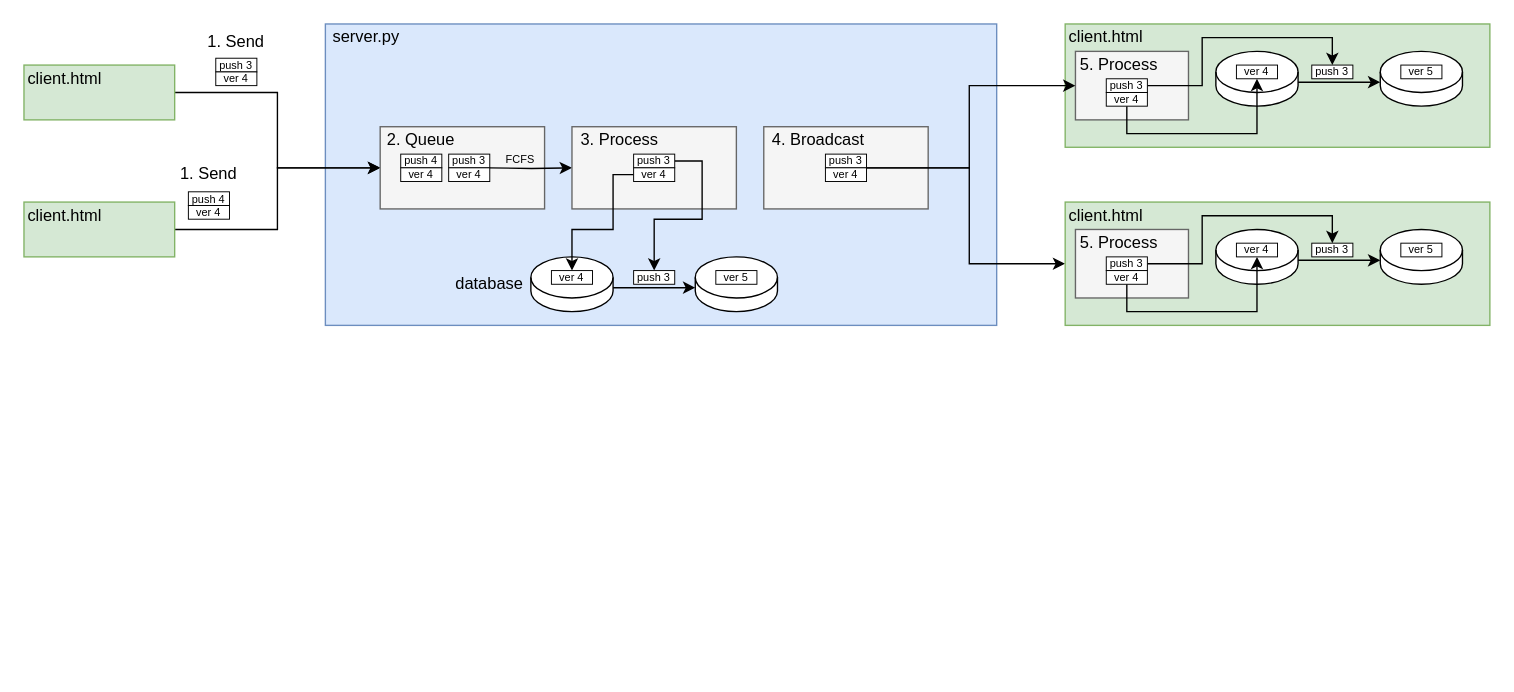
Before: Drafts/flask.drawio in xrysamuel/my-drawio, a draw.io diagram. Source tidied: cells renumbered, new cells numbered last; positions are measured from the earlier drawing's top-left corner, leaving out a move shared by most shapes. Both pictures are drawn from the tidied source at 137%, with x=0, y=0 at pixel (23, 23).
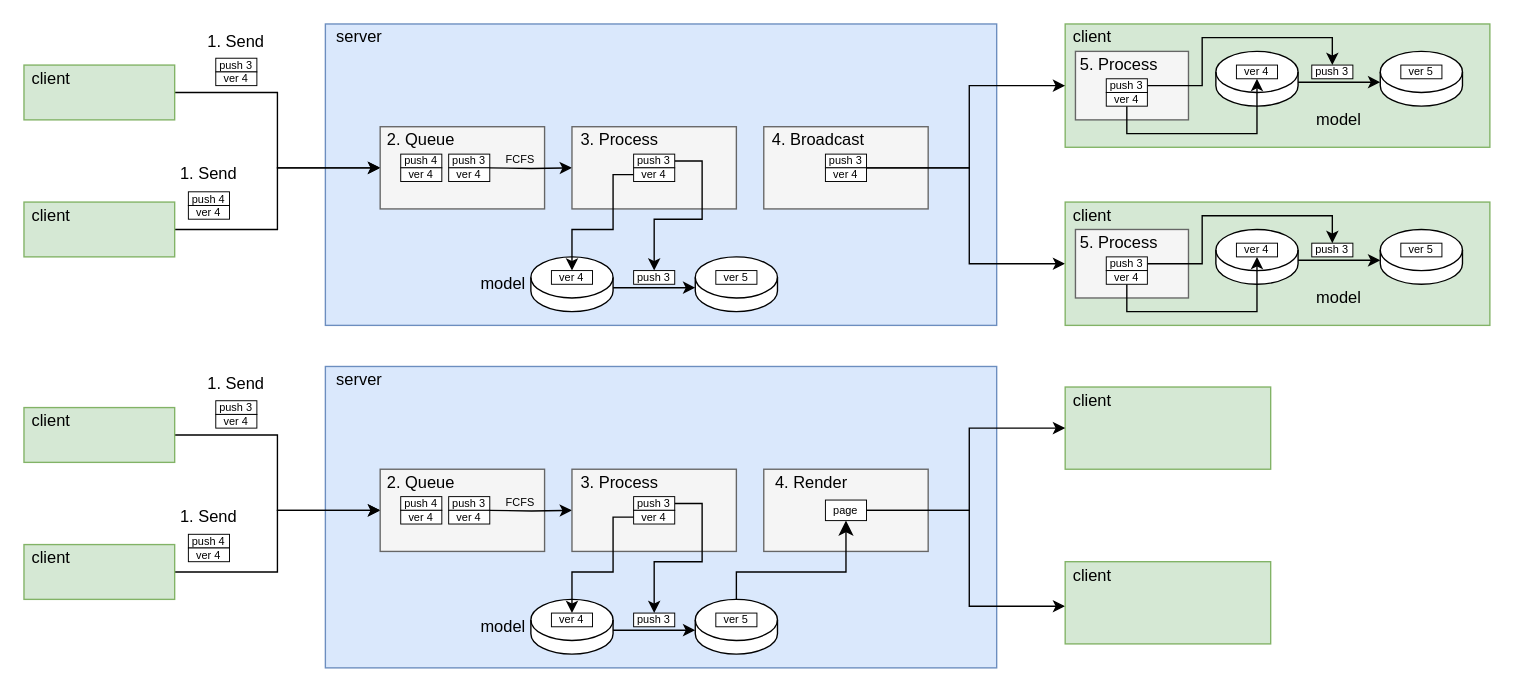
After the change.

Unchanged cells that the change refers to:
```xml
<mxCell id="26" style="rounded=0;whiteSpace=wrap;html=1;fillColor=#f5f5f5;fontColor=#333333;strokeColor=#666666;" parent="1" vertex="1">
  <mxGeometry x="767.5" y="20" width="82.5" height="50" as="geometry" />
</mxCell>
<mxCell id="49" value="ver 4" style="rounded=0;whiteSpace=wrap;html=1;fontSize=8;strokeWidth=0.7;" parent="1" vertex="1">
  <mxGeometry x="585" y="105" width="30" height="10" as="geometry" />
</mxCell>
```

The edit, as a diff of the source:
```diff
@@
-    <mxCell id="3" value="server.py" style="text;html=1;align=center;verticalAlign=middle;whiteSpace=wrap;rounded=0;" parent="1" vertex="1">
-      <mxGeometry x="220" width="60" height="20" as="geometry" />
+    <mxCell id="3" value="server" style="text;html=1;align=center;verticalAlign=middle;whiteSpace=wrap;rounded=0;" parent="1" vertex="1">
+      <mxGeometry x="220" width="50" height="20" as="geometry" />
     </mxCell>
@@
-    <mxCell id="6" value="client.html" style="text;html=1;align=center;verticalAlign=middle;whiteSpace=wrap;rounded=0;" parent="1" vertex="1">
-      <mxGeometry y="30" width="60" height="20" as="geometry" />
+    <mxCell id="6" value="client" style="text;html=1;align=center;verticalAlign=middle;whiteSpace=wrap;rounded=0;" parent="1" vertex="1">
+      <mxGeometry y="30" width="40" height="20" as="geometry" />
     </mxCell>
@@
-    <mxCell id="9" value="client.html" style="text;html=1;align=center;verticalAlign=middle;whiteSpace=wrap;rounded=0;" parent="1" vertex="1">
-      <mxGeometry y="130" width="60" height="20" as="geometry" />
-    </mxCell>
@@
-    <mxCell id="19" value="database" style="text;html=1;align=center;verticalAlign=middle;whiteSpace=wrap;rounded=0;" parent="1" vertex="1">
-      <mxGeometry x="310" y="180" width="60" height="20" as="geometry" />
+    <mxCell id="19" value="model" style="text;html=1;align=center;verticalAlign=middle;whiteSpace=wrap;rounded=0;" parent="1" vertex="1">
+      <mxGeometry x="320" y="180" width="60" height="20" as="geometry" />
     </mxCell>
@@
-    <mxCell id="27" value="client.html" style="text;html=1;align=center;verticalAlign=middle;whiteSpace=wrap;rounded=0;" parent="1" vertex="1">
-      <mxGeometry x="760" width="60" height="20" as="geometry" />
-    </mxCell>
@@
-    <mxCell id="47" style="edgeStyle=orthogonalEdgeStyle;rounded=0;jettySize=auto;html=1;exitX=1;exitY=0;exitDx=0;exitDy=0;entryX=0;entryY=0.5;entryDx=0;entryDy=0;" parent="1" edge="1" source="49" target="26">
+    <mxCell id="47" style="edgeStyle=orthogonalEdgeStyle;rounded=0;jettySize=auto;html=1;exitX=1;exitY=0;exitDx=0;exitDy=0;" parent="1" edge="1" source="49">
       <mxGeometry relative="1" as="geometry">
+        <mxPoint x="760" y="45" as="targetPoint" />
         <Array as="points">
           <mxPoint x="690" y="105" />
           <mxPoint x="690" y="45" />
         </Array>
       </mxGeometry>
     </mxCell>
@@
-    <mxCell id="59" value="client.html" style="text;html=1;align=center;verticalAlign=middle;whiteSpace=wrap;rounded=0;" parent="1" vertex="1">
-      <mxGeometry x="760" y="130" width="60" height="20" as="geometry" />
-    </mxCell>
@@
+    <mxCell id="71" value="client" style="text;html=1;align=center;verticalAlign=middle;whiteSpace=wrap;rounded=0;" parent="1" vertex="1">
+      <mxGeometry y="130" width="40" height="20" as="geometry" />
+    </mxCell>
+    <mxCell id="72" value="client" style="text;html=1;align=center;verticalAlign=middle;whiteSpace=wrap;rounded=0;" parent="1" vertex="1">
+      <mxGeometry x="760" width="40" height="20" as="geometry" />
+    </mxCell>
+    <mxCell id="73" value="client" style="text;html=1;align=center;verticalAlign=middle;whiteSpace=wrap;rounded=0;" parent="1" vertex="1">
+      <mxGeometry x="760" y="130" width="40" height="20" as="geometry" />
+    </mxCell>
+    <mxCell id="74" value="model" style="text;html=1;align=center;verticalAlign=middle;whiteSpace=wrap;rounded=0;" parent="1" vertex="1">
+      <mxGeometry x="930" y="60" width="60" height="20" as="geometry" />
+    </mxCell>
+    <mxCell id="75" value="model" style="text;html=1;align=center;verticalAlign=middle;whiteSpace=wrap;rounded=0;" parent="1" vertex="1">
+      <mxGeometry x="930" y="190" width="60" height="20" as="geometry" />
+    </mxCell>
+    <mxCell id="76" style="rounded=0;whiteSpace=wrap;html=1;fillColor=#dae8fc;strokeColor=#6c8ebf;" parent="1" vertex="1">
+      <mxGeometry x="220" y="250" width="490" height="220" as="geometry" />
+    </mxCell>
+    <mxCell id="77" value="server" style="text;html=1;align=center;verticalAlign=middle;whiteSpace=wrap;rounded=0;" parent="1" vertex="1">
+      <mxGeometry x="220" y="250" width="50" height="20" as="geometry" />
+    </mxCell>
+    <mxCell id="78" style="edgeStyle=orthogonalEdgeStyle;rounded=0;jettySize=auto;html=1;exitX=1;exitY=0.5;exitDx=0;exitDy=0;entryX=0;entryY=0.5;entryDx=0;entryDy=0;" parent="1" edge="1" source="79" target="83">
+      <mxGeometry relative="1" as="geometry" />
+    </mxCell>
+    <mxCell id="79" style="rounded=0;whiteSpace=wrap;html=1;fillColor=#d5e8d4;strokeColor=#82b366;" parent="1" vertex="1">
+      <mxGeometry y="280" width="110" height="40" as="geometry" />
+    </mxCell>
+    <mxCell id="80" value="client" style="text;html=1;align=center;verticalAlign=middle;whiteSpace=wrap;rounded=0;" parent="1" vertex="1">
+      <mxGeometry y="280" width="40" height="20" as="geometry" />
+    </mxCell>
+    <mxCell id="81" style="edgeStyle=orthogonalEdgeStyle;rounded=0;jettySize=auto;html=1;exitX=1;exitY=0.5;exitDx=0;exitDy=0;entryX=0;entryY=0.5;entryDx=0;entryDy=0;" parent="1" edge="1" source="82" target="83">
+      <mxGeometry relative="1" as="geometry" />
+    </mxCell>
+    <mxCell id="82" style="rounded=0;whiteSpace=wrap;html=1;fillColor=#d5e8d4;strokeColor=#82b366;" parent="1" vertex="1">
+      <mxGeometry y="380" width="110" height="40" as="geometry" />
+    </mxCell>
+    <mxCell id="83" style="rounded=0;whiteSpace=wrap;html=1;fillColor=#f5f5f5;fontColor=#333333;strokeColor=#666666;" parent="1" vertex="1">
+      <mxGeometry x="260" y="325" width="120" height="60" as="geometry" />
+    </mxCell>
+    <mxCell id="84" value="2. Queue" style="text;html=1;align=center;verticalAlign=middle;whiteSpace=wrap;rounded=0;" parent="1" vertex="1">
+      <mxGeometry x="260" y="325" width="60" height="20" as="geometry" />
+    </mxCell>
+    <mxCell id="85" value="push 4" style="rounded=0;whiteSpace=wrap;html=1;fontSize=8;strokeWidth=0.7;" parent="1" vertex="1">
+      <mxGeometry x="120" y="372.5" width="30" height="10" as="geometry" />
+    </mxCell>
+    <mxCell id="86" value="1. Send" style="text;html=1;align=center;verticalAlign=middle;whiteSpace=wrap;rounded=0;" parent="1" vertex="1">
+      <mxGeometry x="125" y="250" width="60" height="25" as="geometry" />
+    </mxCell>
+    <mxCell id="87" value="1. Send" style="text;html=1;align=center;verticalAlign=middle;whiteSpace=wrap;rounded=0;" parent="1" vertex="1">
+      <mxGeometry x="105" y="347.5" width="60" height="25" as="geometry" />
+    </mxCell>
+    <mxCell id="88" style="edgeStyle=orthogonalEdgeStyle;rounded=0;jettySize=auto;html=1;exitX=1;exitY=0.5;exitDx=0;exitDy=0;" parent="1" edge="1" target="89">
+      <mxGeometry relative="1" as="geometry">
+        <mxPoint x="340" y="355" as="sourcePoint" />
+      </mxGeometry>
+    </mxCell>
+    <mxCell id="89" style="rounded=0;whiteSpace=wrap;html=1;fillColor=#f5f5f5;fontColor=#333333;strokeColor=#666666;" parent="1" vertex="1">
+      <mxGeometry x="400" y="325" width="120" height="60" as="geometry" />
+    </mxCell>
+    <mxCell id="90" value="3. Process" style="text;html=1;align=center;verticalAlign=middle;whiteSpace=wrap;rounded=0;" parent="1" vertex="1">
+      <mxGeometry x="400" y="325" width="70" height="20" as="geometry" />
+    </mxCell>
+    <mxCell id="91" style="shape=cylinder3;whiteSpace=wrap;html=1;boundedLbl=1;backgroundOutline=1;size=15;" parent="1" vertex="1">
+      <mxGeometry x="370" y="420" width="60" height="40" as="geometry" />
+    </mxCell>
+    <mxCell id="92" value="model" style="text;html=1;align=center;verticalAlign=middle;whiteSpace=wrap;rounded=0;" parent="1" vertex="1">
+      <mxGeometry x="320" y="430" width="60" height="20" as="geometry" />
+    </mxCell>
+    <mxCell id="93" style="rounded=0;whiteSpace=wrap;html=1;fillColor=#f5f5f5;fontColor=#333333;strokeColor=#666666;" parent="1" vertex="1">
+      <mxGeometry x="540" y="325" width="120" height="60" as="geometry" />
+    </mxCell>
+    <mxCell id="94" value="4. Render" style="text;html=1;align=center;verticalAlign=middle;whiteSpace=wrap;rounded=0;" parent="1" vertex="1">
+      <mxGeometry x="540" y="325" width="70" height="20" as="geometry" />
+    </mxCell>
+    <mxCell id="95" style="edgeStyle=orthogonalEdgeStyle;rounded=0;jettySize=auto;html=1;exitX=0.5;exitY=0;exitDx=0;exitDy=0;exitPerimeter=0;entryX=0.5;entryY=1;entryDx=0;entryDy=0;fontSize=12;startSize=8;endSize=8;" parent="1" edge="1" source="96" target="114">
+      <mxGeometry relative="1" as="geometry">
+        <Array as="points">
+          <mxPoint x="520" y="400" />
+          <mxPoint x="600" y="400" />
+        </Array>
+      </mxGeometry>
+    </mxCell>
+    <mxCell id="96" style="shape=cylinder3;whiteSpace=wrap;html=1;boundedLbl=1;backgroundOutline=1;size=15;" parent="1" vertex="1">
+      <mxGeometry x="490" y="420" width="60" height="40" as="geometry" />
+    </mxCell>
+    <mxCell id="97" style="edgeStyle=orthogonalEdgeStyle;rounded=0;jettySize=auto;html=1;exitX=1;exitY=0;exitDx=0;exitDy=22.5;exitPerimeter=0;entryX=0;entryY=0;entryDx=0;entryDy=22.5;entryPerimeter=0;" parent="1" edge="1" source="91" target="96">
+      <mxGeometry relative="1" as="geometry" />
+    </mxCell>
+    <mxCell id="98" value="&lt;font style=&quot;font-size: 8px;&quot;&gt;FCFS&lt;/font&gt;" style="text;html=1;align=center;verticalAlign=middle;whiteSpace=wrap;rounded=0;" parent="1" vertex="1">
+      <mxGeometry x="335" y="341.5" width="55" height="12.5" as="geometry" />
+    </mxCell>
+    <mxCell id="99" style="rounded=0;whiteSpace=wrap;html=1;fillColor=#d5e8d4;strokeColor=#82b366;" parent="1" vertex="1">
+      <mxGeometry x="760" y="265" width="150" height="60" as="geometry" />
+    </mxCell>
+    <mxCell id="100" value="ver 4" style="rounded=0;whiteSpace=wrap;html=1;fontSize=8;strokeWidth=0.7;" parent="1" vertex="1">
+      <mxGeometry x="120" y="382.5" width="30" height="10" as="geometry" />
+    </mxCell>
+    <mxCell id="101" value="push 3" style="rounded=0;whiteSpace=wrap;html=1;fontSize=8;strokeWidth=0.7;" parent="1" vertex="1">
+      <mxGeometry x="140" y="275" width="30" height="10" as="geometry" />
+    </mxCell>
+    <mxCell id="102" value="ver 4" style="rounded=0;whiteSpace=wrap;html=1;fontSize=8;strokeWidth=0.7;" parent="1" vertex="1">
+      <mxGeometry x="140" y="285" width="30" height="10" as="geometry" />
+    </mxCell>
+    <mxCell id="103" value="push 3" style="rounded=0;whiteSpace=wrap;html=1;fontSize=8;strokeWidth=0.7;" parent="1" vertex="1">
+      <mxGeometry x="310" y="345" width="30" height="10" as="geometry" />
+    </mxCell>
+    <mxCell id="104" value="ver 4" style="rounded=0;whiteSpace=wrap;html=1;fontSize=8;strokeWidth=0.7;" parent="1" vertex="1">
+      <mxGeometry x="310" y="355" width="30" height="10" as="geometry" />
+    </mxCell>
+    <mxCell id="105" value="push 4" style="rounded=0;whiteSpace=wrap;html=1;fontSize=8;strokeWidth=0.7;" parent="1" vertex="1">
+      <mxGeometry x="275" y="345" width="30" height="10" as="geometry" />
+    </mxCell>
+    <mxCell id="106" value="ver 4" style="rounded=0;whiteSpace=wrap;html=1;fontSize=8;strokeWidth=0.7;" parent="1" vertex="1">
+      <mxGeometry x="275" y="355" width="30" height="10" as="geometry" />
+    </mxCell>
+    <mxCell id="107" style="edgeStyle=orthogonalEdgeStyle;rounded=0;jettySize=auto;html=1;exitX=1;exitY=0.5;exitDx=0;exitDy=0;entryX=0.5;entryY=0;entryDx=0;entryDy=0;" parent="1" edge="1" source="108" target="113">
+      <mxGeometry relative="1" as="geometry" />
+    </mxCell>
+    <mxCell id="108" value="push 3" style="rounded=0;whiteSpace=wrap;html=1;fontSize=8;strokeWidth=0.7;" parent="1" vertex="1">
+      <mxGeometry x="445" y="345" width="30" height="10" as="geometry" />
+    </mxCell>
+    <mxCell id="109" style="edgeStyle=orthogonalEdgeStyle;rounded=0;jettySize=auto;html=1;exitX=0;exitY=0.5;exitDx=0;exitDy=0;entryX=0.5;entryY=0;entryDx=0;entryDy=0;" parent="1" edge="1" source="110" target="111">
+      <mxGeometry relative="1" as="geometry">
+        <Array as="points">
+          <mxPoint x="430" y="360" />
+          <mxPoint x="430" y="400" />
+          <mxPoint x="400" y="400" />
+        </Array>
+      </mxGeometry>
+    </mxCell>
+    <mxCell id="110" value="ver 4" style="rounded=0;whiteSpace=wrap;html=1;fontSize=8;strokeWidth=0.7;" parent="1" vertex="1">
+      <mxGeometry x="445" y="355" width="30" height="10" as="geometry" />
+    </mxCell>
+    <mxCell id="111" value="ver 4" style="rounded=0;whiteSpace=wrap;html=1;fontSize=8;strokeWidth=0.7;" parent="1" vertex="1">
+      <mxGeometry x="385" y="430" width="30" height="10" as="geometry" />
+    </mxCell>
+    <mxCell id="112" value="ver 5" style="rounded=0;whiteSpace=wrap;html=1;fontSize=8;strokeWidth=0.7;" parent="1" vertex="1">
+      <mxGeometry x="505" y="430" width="30" height="10" as="geometry" />
+    </mxCell>
+    <mxCell id="113" value="push 3" style="rounded=0;whiteSpace=wrap;html=1;fontSize=8;strokeWidth=0.7;" parent="1" vertex="1">
+      <mxGeometry x="445" y="430" width="30" height="10" as="geometry" />
+    </mxCell>
+    <mxCell id="114" value="page" style="rounded=0;whiteSpace=wrap;html=1;fontSize=8;strokeWidth=0.7;" parent="1" vertex="1">
+      <mxGeometry x="585" y="347.5" width="30" height="15" as="geometry" />
+    </mxCell>
+    <mxCell id="115" style="edgeStyle=orthogonalEdgeStyle;rounded=0;orthogonalLoop=1;jettySize=auto;html=1;exitX=1;exitY=0;exitDx=0;exitDy=0;" parent="1" edge="1">
+      <mxGeometry relative="1" as="geometry">
+        <mxPoint x="615" y="355" as="sourcePoint" />
+        <mxPoint x="760" y="295" as="targetPoint" />
+        <Array as="points">
+          <mxPoint x="690" y="355" />
+          <mxPoint x="690" y="295" />
+        </Array>
+      </mxGeometry>
+    </mxCell>
+    <mxCell id="116" style="edgeStyle=orthogonalEdgeStyle;rounded=0;orthogonalLoop=1;jettySize=auto;html=1;exitX=1;exitY=0;exitDx=0;exitDy=0;entryX=0;entryY=0.5;entryDx=0;entryDy=0;" parent="1" edge="1">
+      <mxGeometry relative="1" as="geometry">
+        <mxPoint x="615" y="355" as="sourcePoint" />
+        <mxPoint x="760" y="425" as="targetPoint" />
+        <Array as="points">
+          <mxPoint x="690" y="355" />
+          <mxPoint x="690" y="425" />
+        </Array>
+      </mxGeometry>
+    </mxCell>
+    <mxCell id="117" value="client" style="text;html=1;align=center;verticalAlign=middle;whiteSpace=wrap;rounded=0;" parent="1" vertex="1">
+      <mxGeometry y="380" width="40" height="20" as="geometry" />
+    </mxCell>
+    <mxCell id="118" value="client" style="text;html=1;align=center;verticalAlign=middle;whiteSpace=wrap;rounded=0;" parent="1" vertex="1">
+      <mxGeometry x="760" y="265" width="40" height="20" as="geometry" />
+    </mxCell>
+    <mxCell id="119" style="rounded=0;whiteSpace=wrap;html=1;fillColor=#d5e8d4;strokeColor=#82b366;" parent="1" vertex="1">
+      <mxGeometry x="760" y="392.5" width="150" height="60" as="geometry" />
+    </mxCell>
+    <mxCell id="120" value="client" style="text;html=1;align=center;verticalAlign=middle;whiteSpace=wrap;rounded=0;" parent="1" vertex="1">
+      <mxGeometry x="760" y="392.5" width="40" height="20" as="geometry" />
+    </mxCell>
```
